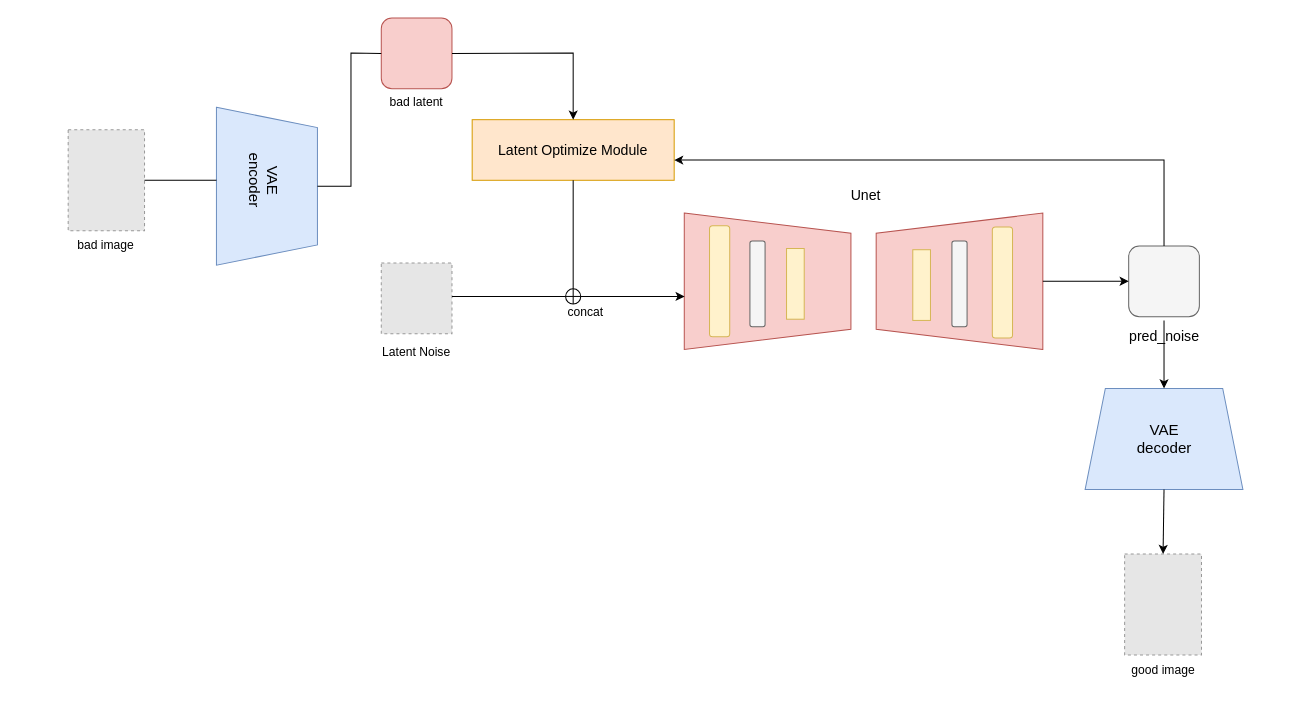
Earlier version of the draw.io diagram drawio/未命名绘图 的副本.drawio (Sinon0919/SwartArt). Source tidied: cells renumbered, new cells numbered last; positions are measured from the earlier drawing's top-left corner, leaving out a move shared by most shapes. Both pictures are drawn from the tidied source at 101%, with x=0, y=0 at pixel (59, 17). Pictures stored in the file or linked from it are replaced by grey dashed boxes.
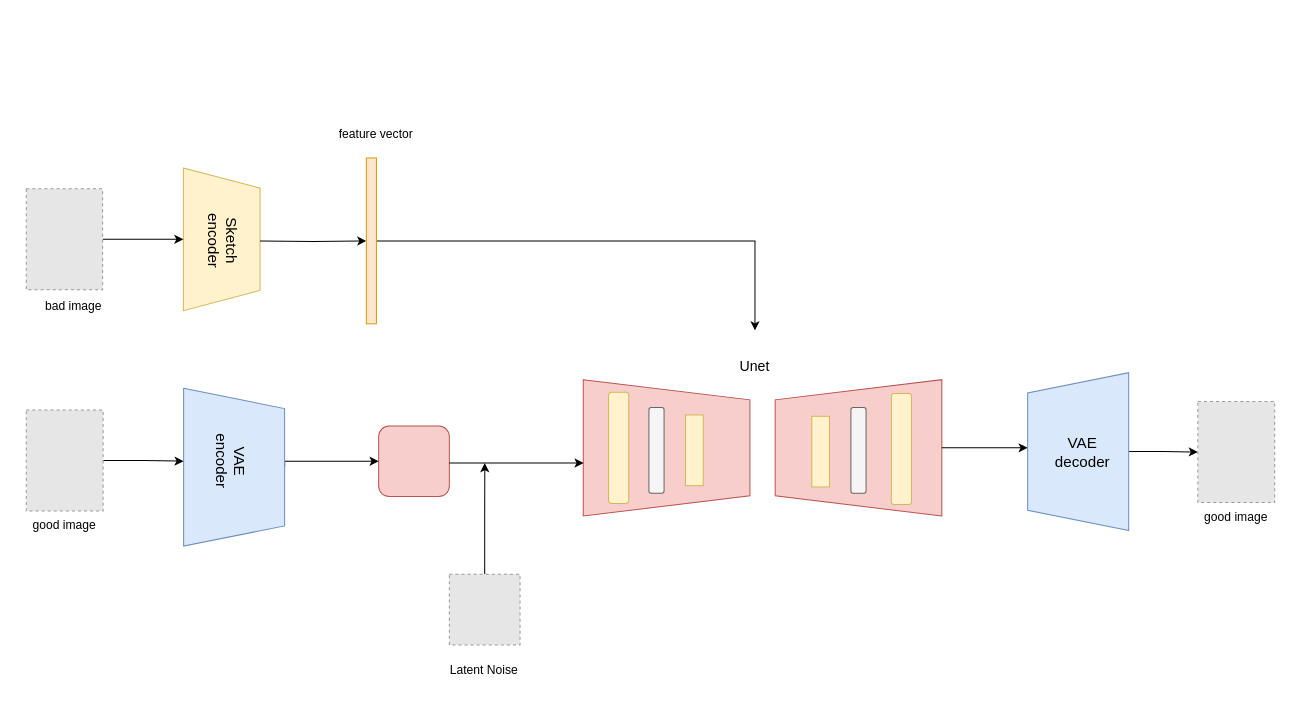
Above is the later version.

Commit message:
更新未命名绘图 的副本.drawio

What changed in the source:
```diff
@@
     <mxCell id="2" style="shape=trapezoid;perimeter=trapezoidPerimeter;whiteSpace=wrap;html=1;fixedSize=1;rotation=90;fillColor=#f8cecc;strokeColor=#b85450;" parent="1" vertex="1">
-      <mxGeometry x="634" y="178.5" width="135" height="165" as="geometry" />
+      <mxGeometry x="534" y="343.4" width="135" height="165" as="geometry" />
     </mxCell>
+    <mxCell id="39" style="edgeStyle=orthogonalEdgeStyle;rounded=0;jettySize=auto;html=1;exitX=1;exitY=0.5;exitDx=0;exitDy=0;entryX=0;entryY=0.5;entryDx=0;entryDy=0;" parent="1" edge="1" source="3" target="46">
+      <mxGeometry relative="1" as="geometry" />
+    </mxCell>
     <mxCell id="3" style="fillColor=#E6E6E6;strokeColor=#999999;dashed=1;verticalLabelPosition=bottom;labelBackgroundColor=default;verticalAlign=top;" parent="1" vertex="1">
-      <mxGeometry x="1055" y="531" width="76.1" height="100" as="geometry" />
+      <mxGeometry x="-32.5" y="388.4" width="76.1" height="100" as="geometry" />
     </mxCell>
-    <mxCell id="4" style="shape=trapezoid;perimeter=trapezoidPerimeter;whiteSpace=wrap;html=1;fixedSize=1;rotation=90;fillColor=#dae8fc;strokeColor=#6c8ebf;" parent="1" vertex="1">
-      <mxGeometry x="127.7" y="116.9" width="156.2" height="100" as="geometry" />
+    <mxCell id="4" style="shape=trapezoid;perimeter=trapezoidPerimeter;whiteSpace=wrap;html=1;fixedSize=1;rotation=90;fillColor=#fff2cc;strokeColor=#d6b656;" parent="1" vertex="1">
+      <mxGeometry x="90.4" y="181.5" width="141.3" height="75.9" as="geometry" />
     </mxCell>
+    <mxCell id="40" style="edgeStyle=orthogonalEdgeStyle;rounded=0;jettySize=auto;html=1;exitX=0.5;exitY=0;exitDx=0;exitDy=0;" parent="1" edge="1" source="5">
+      <mxGeometry relative="1" as="geometry">
+        <mxPoint x="421.5" y="441" as="targetPoint" />
+      </mxGeometry>
+    </mxCell>
     <mxCell id="5" style="fillColor=#E6E6E6;strokeColor=#999999;dashed=1;verticalLabelPosition=bottom;labelBackgroundColor=default;verticalAlign=top;" parent="1" vertex="1">
-      <mxGeometry x="319" y="242.9" width="70" height="70" as="geometry" />
+      <mxGeometry x="386.4" y="551" width="70" height="70" as="geometry" />
     </mxCell>
-    <mxCell id="6" style="shape=orEllipse;perimeter=ellipsePerimeter;whiteSpace=wrap;html=1;backgroundOutline=1;" parent="1" vertex="1">
-      <mxGeometry x="501.5" y="268.5" width="15" height="15" as="geometry" />
-    </mxCell>
     <mxCell id="7" style="rounded=1;whiteSpace=wrap;html=1;rotation=90;fillColor=#fff2cc;strokeColor=#d6b656;" parent="1" vertex="1">
-      <mxGeometry x="599" y="251" width="110" height="20" as="geometry" />
+      <mxGeometry x="499" y="415.9" width="110" height="20" as="geometry" />
     </mxCell>
     <mxCell id="8" style="rounded=1;whiteSpace=wrap;html=1;rotation=90;fillColor=#f5f5f5;fontColor=#333333;strokeColor=#666666;" parent="1" vertex="1">
-      <mxGeometry x="649" y="256" width="85" height="15" as="geometry" />
+      <mxGeometry x="549" y="420.9" width="85" height="15" as="geometry" />
     </mxCell>
     <mxCell id="9" style="rounded=0;whiteSpace=wrap;html=1;rotation=90;fillColor=#fff2cc;strokeColor=#d6b656;" parent="1" vertex="1">
-      <mxGeometry x="694" y="254.8" width="70" height="17.5" as="geometry" />
+      <mxGeometry x="594" y="419.6" width="70" height="17.5" as="geometry" />
     </mxCell>
+    <mxCell id="41" style="edgeStyle=orthogonalEdgeStyle;rounded=0;jettySize=auto;html=1;" parent="1" edge="1" target="48">
+      <mxGeometry relative="1" as="geometry">
+        <mxPoint x="199" y="221" as="sourcePoint" />
+      </mxGeometry>
+    </mxCell>
-    <mxCell id="10" value="&lt;font style=&quot;font-size: 15px;&quot;&gt;VAE encoder&lt;/font&gt;" style="text;strokeColor=none;align=center;fillColor=none;html=1;verticalAlign=middle;whiteSpace=wrap;rounded=0;textDirection=vertical-rl;" parent="1" vertex="1">
-      <mxGeometry x="155.8" y="136.9" width="91.9" height="48.1" as="geometry" />
+    <mxCell id="10" value="&lt;font style=&quot;font-size: 15px;&quot;&gt;Sketch encoder&lt;/font&gt;" style="text;strokeColor=none;align=center;fillColor=none;html=1;verticalAlign=middle;whiteSpace=wrap;rounded=0;textDirection=vertical-rl;" parent="1" vertex="1">
+      <mxGeometry x="133" y="204" width="56" height="34.1" as="geometry" />
     </mxCell>
     <mxCell id="11" value="bad image" style="text;strokeColor=none;align=center;fillColor=none;html=1;verticalAlign=middle;whiteSpace=wrap;rounded=0;" parent="1" vertex="1">
-      <mxGeometry x="0.3" y="211" width="93" height="30" as="geometry" />
+      <mxGeometry x="-32.5" y="271" width="93" height="30" as="geometry" />
     </mxCell>
     <mxCell id="12" value="good image" style="text;strokeColor=none;align=center;fillColor=none;html=1;verticalAlign=middle;whiteSpace=wrap;rounded=0;" parent="1" vertex="1">
-      <mxGeometry x="1046.5" y="631" width="93" height="30" as="geometry" />
+      <mxGeometry x="-41" y="488.4" width="93" height="30" as="geometry" />
     </mxCell>
+    <mxCell id="42" style="edgeStyle=orthogonalEdgeStyle;rounded=0;jettySize=auto;html=1;exitX=1;exitY=0.5;exitDx=0;exitDy=0;entryX=0.5;entryY=1;entryDx=0;entryDy=0;" parent="1" edge="1" source="13" target="4">
+      <mxGeometry relative="1" as="geometry" />
+    </mxCell>
     <mxCell id="13" style="fillColor=#E6E6E6;strokeColor=#999999;dashed=1;verticalLabelPosition=bottom;labelBackgroundColor=default;verticalAlign=top;" parent="1" vertex="1">
-      <mxGeometry x="9" y="111" width="75.6" height="100" as="geometry" />
+      <mxGeometry x="-32.5" y="169.4" width="75.6" height="100" as="geometry" />
     </mxCell>
     <mxCell id="14" style="shape=trapezoid;perimeter=trapezoidPerimeter;whiteSpace=wrap;html=1;fixedSize=1;rotation=90;fillColor=#f8cecc;strokeColor=#b85450;direction=west;" parent="1" vertex="1">
-      <mxGeometry x="824" y="178.5" width="135" height="165" as="geometry" />
+      <mxGeometry x="724" y="343.4" width="135" height="165" as="geometry" />
     </mxCell>
     <mxCell id="15" style="rounded=1;whiteSpace=wrap;html=1;rotation=90;fillColor=#fff2cc;strokeColor=#d6b656;direction=west;" parent="1" vertex="1">
-      <mxGeometry x="879" y="252.2" width="110" height="20" as="geometry" />
+      <mxGeometry x="779" y="417.1" width="110" height="20" as="geometry" />
     </mxCell>
     <mxCell id="16" style="rounded=1;whiteSpace=wrap;html=1;rotation=90;fillColor=#f5f5f5;fontColor=#333333;strokeColor=#666666;direction=west;" parent="1" vertex="1">
-      <mxGeometry x="849" y="256" width="85" height="15" as="geometry" />
+      <mxGeometry x="749" y="420.9" width="85" height="15" as="geometry" />
     </mxCell>
     <mxCell id="17" style="rounded=0;whiteSpace=wrap;html=1;rotation=90;fillColor=#fff2cc;strokeColor=#d6b656;direction=west;" parent="1" vertex="1">
-      <mxGeometry x="819" y="256" width="70" height="17.5" as="geometry" />
+      <mxGeometry x="719" y="420.9" width="70" height="17.5" as="geometry" />
     </mxCell>
     <mxCell id="18" style="rounded=1;whiteSpace=wrap;html=1;fillColor=#f8cecc;strokeColor=#b85450;" parent="1" vertex="1">
-      <mxGeometry x="319" y="0.4" width="70" height="70" as="geometry" />
+      <mxGeometry x="316.4" y="404.2" width="70" height="70" as="geometry" />
     </mxCell>
-    <mxCell id="19" style="rounded=0;whiteSpace=wrap;html=1;fillColor=#ffe6cc;strokeColor=#d79b00;" parent="1" vertex="1">
-      <mxGeometry x="409" y="101" width="200" height="60" as="geometry" />
-    </mxCell>
     <mxCell id="20" value="Latent Noise" style="text;strokeColor=none;align=center;fillColor=none;html=1;verticalAlign=middle;whiteSpace=wrap;rounded=0;" parent="1" vertex="1">
-      <mxGeometry x="309" y="296" width="90" height="70" as="geometry" />
+      <mxGeometry x="376.4" y="611" width="90" height="70" as="geometry" />
     </mxCell>
-    <mxCell id="21" style="endArrow=classic;html=1;rounded=0;exitX=1;exitY=0.5;exitDx=0;exitDy=0;entryX=0.5;entryY=0;entryDx=0;entryDy=0;" parent="1" edge="1" source="18" target="19">
-      <mxGeometry relative="1" as="geometry">
-        <Array as="points">
-          <mxPoint x="509" y="35" />
-        </Array>
-      </mxGeometry>
-    </mxCell>
-    <mxCell id="22" style="endArrow=none;html=1;rounded=0;entryX=0;entryY=0.5;entryDx=0;entryDy=0;" parent="1" edge="1" target="6">
-      <mxGeometry relative="1" as="geometry">
-        <mxPoint x="389" y="276" as="sourcePoint" />
-      </mxGeometry>
-    </mxCell>
-    <mxCell id="23" style="endArrow=none;html=1;rounded=0;entryX=0.5;entryY=1;entryDx=0;entryDy=0;exitX=0.5;exitY=0;exitDx=0;exitDy=0;" parent="1" edge="1" source="6" target="19">
-      <mxGeometry relative="1" as="geometry" />
-    </mxCell>
-    <mxCell id="24" style="endArrow=classic;html=1;rounded=0;exitX=1;exitY=0.5;exitDx=0;exitDy=0;entryX=0.611;entryY=0.998;entryDx=0;entryDy=0;entryPerimeter=0;" parent="1" edge="1" source="6" target="2">
-      <mxGeometry relative="1" as="geometry" />
+    <mxCell id="24" style="endArrow=classic;html=1;rounded=0;exitX=1;exitY=0.5;exitDx=0;exitDy=0;entryX=0.611;entryY=0.998;entryDx=0;entryDy=0;entryPerimeter=0;" parent="1" edge="1" target="2">
+      <mxGeometry relative="1" as="geometry">
+        <mxPoint x="386.4" y="440.9" as="sourcePoint" />
+      </mxGeometry>
     </mxCell>
-    <mxCell id="25" value="&lt;span style=&quot;font-size: 14px;&quot;&gt;Latent Optimize Module&lt;/span&gt;" style="text;strokeColor=none;align=center;fillColor=none;html=1;verticalAlign=middle;whiteSpace=wrap;rounded=0;" parent="1" vertex="1">
-      <mxGeometry x="419" y="101" width="180" height="60" as="geometry" />
-    </mxCell>
-    <mxCell id="26" value="concat" style="text;strokeColor=none;align=center;fillColor=none;html=1;verticalAlign=middle;whiteSpace=wrap;rounded=0;" parent="1" vertex="1">
-      <mxGeometry x="479" y="270.4" width="85" height="42.5" as="geometry" />
-    </mxCell>
     <mxCell id="27" value="&lt;span style=&quot;font-size: 14px;&quot;&gt;Unet&lt;/span&gt;" style="text;strokeColor=none;align=center;fillColor=none;html=1;verticalAlign=middle;whiteSpace=wrap;rounded=0;" parent="1" vertex="1">
-      <mxGeometry x="709" y="141" width="180" height="70" as="geometry" />
+      <mxGeometry x="599" y="309.6" width="180" height="70" as="geometry" />
     </mxCell>
-    <mxCell id="28" style="rounded=1;whiteSpace=wrap;html=1;fillColor=#f5f5f5;fontColor=#333333;strokeColor=#666666;" parent="1" vertex="1">
-      <mxGeometry x="1059" y="226" width="70" height="70" as="geometry" />
-    </mxCell>
-    <mxCell id="29" style="endArrow=classic;html=1;rounded=0;exitX=0.5;exitY=1;exitDx=0;exitDy=0;entryX=0;entryY=0.5;entryDx=0;entryDy=0;" parent="1" edge="1" source="14" target="28">
-      <mxGeometry relative="1" as="geometry" />
+    <mxCell id="29" style="endArrow=classic;html=1;rounded=0;exitX=0.5;exitY=1;exitDx=0;exitDy=0;entryX=0;entryY=0.5;entryDx=0;entryDy=0;" parent="1" edge="1" source="14">
+      <mxGeometry relative="1" as="geometry">
+        <mxPoint x="959" y="425.9" as="targetPoint" />
+      </mxGeometry>
     </mxCell>
-    <mxCell id="30" value="&lt;span style=&quot;font-size: 14px;&quot;&gt;pred_noise&lt;/span&gt;" style="text;strokeColor=none;align=center;fillColor=none;html=1;verticalAlign=middle;whiteSpace=wrap;rounded=0;" parent="1" vertex="1">
-      <mxGeometry x="1046.5" y="299.8" width="95" height="31.9" as="geometry" />
-    </mxCell>
-    <mxCell id="31" style="endArrow=classic;html=1;rounded=0;exitX=0.5;exitY=0;exitDx=0;exitDy=0;" parent="1" edge="1" source="28">
-      <mxGeometry relative="1" as="geometry">
-        <mxPoint x="609" y="141" as="targetPoint" />
-        <Array as="points">
-          <mxPoint x="1094" y="141" />
-        </Array>
-      </mxGeometry>
-    </mxCell>
-    <mxCell id="32" value="bad&amp;nbsp;&lt;span style=&quot;background-color: initial;&quot;&gt;latent&lt;/span&gt;&lt;div&gt;&lt;br&gt;&lt;/div&gt;" style="text;strokeColor=none;align=center;fillColor=none;html=1;verticalAlign=middle;whiteSpace=wrap;rounded=0;" parent="1" vertex="1">
-      <mxGeometry x="264" y="81" width="180" height="20" as="geometry" />
-    </mxCell>
-    <mxCell id="33" style="endArrow=none;html=1;rounded=0;entryX=0;entryY=0.5;entryDx=0;entryDy=0;" parent="1" edge="1" source="13" target="10">
-      <mxGeometry relative="1" as="geometry" />
-    </mxCell>
-    <mxCell id="34" style="endArrow=none;html=1;rounded=0;entryX=0;entryY=0.5;entryDx=0;entryDy=0;exitX=0.5;exitY=0;exitDx=0;exitDy=0;" parent="1" edge="1" source="4" target="18">
-      <mxGeometry relative="1" as="geometry">
-        <Array as="points">
-          <mxPoint x="289" y="167" />
-          <mxPoint x="289" y="35" />
-        </Array>
-      </mxGeometry>
-    </mxCell>
+    <mxCell id="43" style="edgeStyle=orthogonalEdgeStyle;rounded=0;jettySize=auto;html=1;exitX=0.5;exitY=1;exitDx=0;exitDy=0;entryX=0;entryY=0.5;entryDx=0;entryDy=0;" parent="1" edge="1" source="35" target="50">
+      <mxGeometry relative="1" as="geometry" />
+    </mxCell>
-    <mxCell id="35" style="shape=trapezoid;perimeter=trapezoidPerimeter;whiteSpace=wrap;html=1;fixedSize=1;rotation=90;fillColor=#dae8fc;strokeColor=#6c8ebf;direction=north;" parent="1" vertex="1">
-      <mxGeometry x="1044" y="339" width="100" height="156.2" as="geometry" />
+    <mxCell id="35" style="shape=trapezoid;perimeter=trapezoidPerimeter;whiteSpace=wrap;html=1;fixedSize=1;rotation=90;fillColor=#dae8fc;strokeColor=#6c8ebf;direction=west;" parent="1" vertex="1">
+      <mxGeometry x="930.9" y="379.6" width="156.2" height="100" as="geometry" />
     </mxCell>
     <mxCell id="36" value="&lt;font style=&quot;font-size: 15px;&quot;&gt;VAE decoder&lt;/font&gt;" style="text;strokeColor=none;align=center;fillColor=none;html=1;verticalAlign=middle;whiteSpace=wrap;rounded=0;direction=north;flipH=1;" parent="1" vertex="1">
-      <mxGeometry x="1067.5" y="384.1" width="53.1" height="66.1" as="geometry" />
+      <mxGeometry x="987" y="396.6" width="53.1" height="66.1" as="geometry" />
     </mxCell>
-    <mxCell id="37" style="endArrow=classic;html=1;rounded=0;exitX=0.5;exitY=0;exitDx=0;exitDy=0;entryX=0.5;entryY=0;entryDx=0;entryDy=0;" parent="1" edge="1" source="30" target="35">
-      <mxGeometry relative="1" as="geometry" />
-    </mxCell>
-    <mxCell id="38" style="endArrow=classic;html=1;rounded=0;exitX=0.5;exitY=1;exitDx=0;exitDy=0;entryX=0.5;entryY=0;entryDx=0;entryDy=0;" parent="1" edge="1" source="35" target="3">
-      <mxGeometry relative="1" as="geometry" />
-    </mxCell>
+    <mxCell id="44" style="edgeStyle=orthogonalEdgeStyle;rounded=0;jettySize=auto;html=1;exitX=0.5;exitY=0;exitDx=0;exitDy=0;entryX=0;entryY=0.5;entryDx=0;entryDy=0;" parent="1" edge="1" source="45" target="18">
+      <mxGeometry relative="1" as="geometry">
+        <Array as="points">
+          <mxPoint x="223" y="439" />
+        </Array>
+      </mxGeometry>
+    </mxCell>
+    <mxCell id="45" style="shape=trapezoid;perimeter=trapezoidPerimeter;whiteSpace=wrap;html=1;fixedSize=1;rotation=90;fillColor=#dae8fc;strokeColor=#6c8ebf;" parent="1" vertex="1">
+      <mxGeometry x="95.2" y="395.1" width="156.2" height="100" as="geometry" />
+    </mxCell>
+    <mxCell id="46" value="&lt;font style=&quot;font-size: 15px;&quot;&gt;VAE encoder&lt;/font&gt;" style="text;strokeColor=none;align=center;fillColor=none;html=1;verticalAlign=middle;whiteSpace=wrap;rounded=0;textDirection=vertical-rl;" parent="1" vertex="1">
+      <mxGeometry x="123.3" y="415.1" width="91.9" height="48.1" as="geometry" />
+    </mxCell>
+    <mxCell id="47" style="edgeStyle=orthogonalEdgeStyle;rounded=0;jettySize=auto;html=1;exitX=0.5;exitY=0;exitDx=0;exitDy=0;" parent="1" edge="1" source="48" target="27">
+      <mxGeometry relative="1" as="geometry" />
+    </mxCell>
+    <mxCell id="48" style="rounded=0;whiteSpace=wrap;html=1;rotation=90;fillColor=#ffe6cc;strokeColor=#d79b00;" parent="1" vertex="1">
+      <mxGeometry x="227.1" y="216" width="164.2" height="10" as="geometry" />
+    </mxCell>
+    <mxCell id="49" value="feature vector" style="text;strokeColor=none;align=center;fillColor=none;html=1;verticalAlign=middle;whiteSpace=wrap;rounded=0;" parent="1" vertex="1">
+      <mxGeometry x="269.2" y="81" width="90" height="70" as="geometry" />
+    </mxCell>
+    <mxCell id="50" style="fillColor=#E6E6E6;strokeColor=#999999;dashed=1;verticalLabelPosition=bottom;labelBackgroundColor=default;verticalAlign=top;" parent="1" vertex="1">
+      <mxGeometry x="1127.5" y="380.1" width="76.1" height="100" as="geometry" />
+    </mxCell>
+    <mxCell id="51" value="good image" style="text;strokeColor=none;align=center;fillColor=none;html=1;verticalAlign=middle;whiteSpace=wrap;rounded=0;" parent="1" vertex="1">
+      <mxGeometry x="1119" y="480.1" width="93" height="30" as="geometry" />
+    </mxCell>
```
